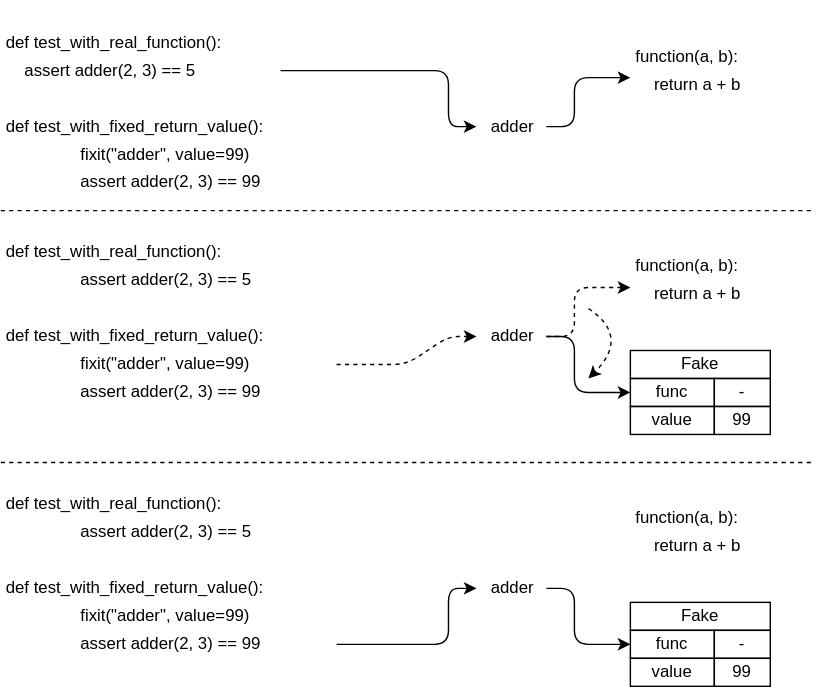
Above: sdxpy/protocols/timeline.svg in gvwilson/thirdbit (draw.io), before the change. Source tidied: cells renumbered, new cells last; positions are measured from the earlier drawing's top-left corner, leaving out a move shared by most shapes.
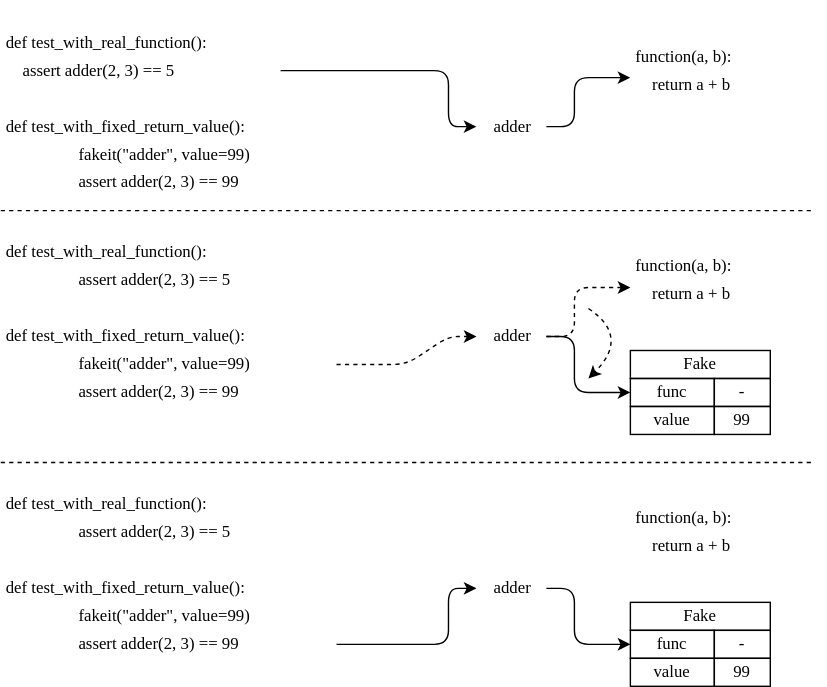
After the change.

Diff of the diagram source:
```diff
@@ -14,7 +14,7 @@
     <mxCell id="5" value="&lt;font style=&quot;font-size: 12px;&quot;&gt;def test_with_fixed_return_value():&lt;br style=&quot;font-size: 12px;&quot;&gt;&lt;/font&gt;" style="text;html=1;strokeColor=none;fillColor=none;align=left;verticalAlign=middle;whiteSpace=wrap;rounded=0;spacingLeft=2;fontSize=12;fontFamily=Verdana;" parent="1" vertex="1">
       <mxGeometry y="80" width="240" height="20" as="geometry" />
     </mxCell>
-    <mxCell id="6" value="&lt;font style=&quot;font-size: 12px;&quot;&gt;&amp;nbsp; &amp;nbsp; fixit(&quot;adder&quot;, value=99)&lt;br style=&quot;font-size: 12px;&quot;&gt;&lt;/font&gt;" style="text;html=1;strokeColor=none;fillColor=none;align=left;verticalAlign=middle;whiteSpace=wrap;rounded=0;spacingLeft=2;fontSize=12;fontFamily=Verdana;" parent="1" vertex="1">
+    <mxCell id="6" value="&lt;font style=&quot;font-size: 12px;&quot;&gt;&amp;nbsp; &amp;nbsp; fakeit(&quot;adder&quot;, value=99)&lt;br style=&quot;font-size: 12px;&quot;&gt;&lt;/font&gt;" style="text;html=1;strokeColor=none;fillColor=none;align=left;verticalAlign=middle;whiteSpace=wrap;rounded=0;spacingLeft=2;fontSize=12;fontFamily=Verdana;" parent="1" vertex="1">
       <mxGeometry x="40" y="100" width="200" height="20" as="geometry" />
     </mxCell>
     <mxCell id="7" value="&lt;font style=&quot;font-size: 12px;&quot;&gt;&amp;nbsp; &amp;nbsp; assert adder(2, 3) == 99&lt;br style=&quot;font-size: 12px;&quot;&gt;&lt;/font&gt;" style="text;html=1;strokeColor=none;fillColor=none;align=left;verticalAlign=middle;whiteSpace=wrap;rounded=0;spacingLeft=2;fontSize=12;fontFamily=Verdana;" parent="1" vertex="1">
@@ -60,7 +60,7 @@
     <mxCell id="17" value="&lt;font style=&quot;font-size: 12px;&quot;&gt;def test_with_fixed_return_value():&lt;br style=&quot;font-size: 12px;&quot;&gt;&lt;/font&gt;" style="text;html=1;strokeColor=none;fillColor=none;align=left;verticalAlign=middle;whiteSpace=wrap;rounded=0;spacingLeft=2;fontSize=12;fontFamily=Verdana;" parent="1" vertex="1">
       <mxGeometry y="230" width="240" height="20" as="geometry" />
     </mxCell>
-    <mxCell id="18" value="&lt;font style=&quot;font-size: 12px;&quot;&gt;&amp;nbsp; &amp;nbsp; fixit(&quot;adder&quot;, value=99)&lt;br style=&quot;font-size: 12px;&quot;&gt;&lt;/font&gt;" style="text;html=1;strokeColor=none;fillColor=none;align=left;verticalAlign=middle;whiteSpace=wrap;rounded=0;spacingLeft=2;fontSize=12;fontFamily=Verdana;" parent="1" vertex="1">
+    <mxCell id="18" value="&lt;font style=&quot;font-size: 12px;&quot;&gt;&amp;nbsp; &amp;nbsp; fakeit(&quot;adder&quot;, value=99)&lt;br style=&quot;font-size: 12px;&quot;&gt;&lt;/font&gt;" style="text;html=1;strokeColor=none;fillColor=none;align=left;verticalAlign=middle;whiteSpace=wrap;rounded=0;spacingLeft=2;fontSize=12;fontFamily=Verdana;" parent="1" vertex="1">
       <mxGeometry x="40" y="250" width="200" height="20" as="geometry" />
     </mxCell>
     <mxCell id="19" value="&lt;font style=&quot;font-size: 12px;&quot;&gt;&amp;nbsp; &amp;nbsp; assert adder(2, 3) == 99&lt;br style=&quot;font-size: 12px;&quot;&gt;&lt;/font&gt;" style="text;html=1;strokeColor=none;fillColor=none;align=left;verticalAlign=middle;whiteSpace=wrap;rounded=0;spacingLeft=2;fontSize=12;fontFamily=Verdana;" parent="1" vertex="1">
@@ -110,7 +110,7 @@
     <mxCell id="31" value="&lt;font style=&quot;font-size: 12px;&quot;&gt;def test_with_fixed_return_value():&lt;br style=&quot;font-size: 12px;&quot;&gt;&lt;/font&gt;" style="text;html=1;strokeColor=none;fillColor=none;align=left;verticalAlign=middle;whiteSpace=wrap;rounded=0;spacingLeft=2;fontSize=12;fontFamily=Verdana;" parent="1" vertex="1">
       <mxGeometry y="410" width="240" height="20" as="geometry" />
     </mxCell>
-    <mxCell id="32" value="&lt;font style=&quot;font-size: 12px;&quot;&gt;&amp;nbsp; &amp;nbsp; fixit(&quot;adder&quot;, value=99)&lt;br style=&quot;font-size: 12px;&quot;&gt;&lt;/font&gt;" style="text;html=1;strokeColor=none;fillColor=none;align=left;verticalAlign=middle;whiteSpace=wrap;rounded=0;spacingLeft=2;fontSize=12;fontFamily=Verdana;" parent="1" vertex="1">
+    <mxCell id="32" value="&lt;font style=&quot;font-size: 12px;&quot;&gt;&amp;nbsp; &amp;nbsp; fakeit(&quot;adder&quot;, value=99)&lt;br style=&quot;font-size: 12px;&quot;&gt;&lt;/font&gt;" style="text;html=1;strokeColor=none;fillColor=none;align=left;verticalAlign=middle;whiteSpace=wrap;rounded=0;spacingLeft=2;fontSize=12;fontFamily=Verdana;" parent="1" vertex="1">
       <mxGeometry x="40" y="430" width="200" height="20" as="geometry" />
     </mxCell>
     <mxCell id="33" value="&lt;font style=&quot;font-size: 12px;&quot;&gt;&amp;nbsp; &amp;nbsp; assert adder(2, 3) == 99&lt;br style=&quot;font-size: 12px;&quot;&gt;&lt;/font&gt;" style="text;html=1;strokeColor=none;fillColor=none;align=left;verticalAlign=middle;whiteSpace=wrap;rounded=0;spacingLeft=2;fontSize=12;fontFamily=Verdana;" parent="1" vertex="1">
```
